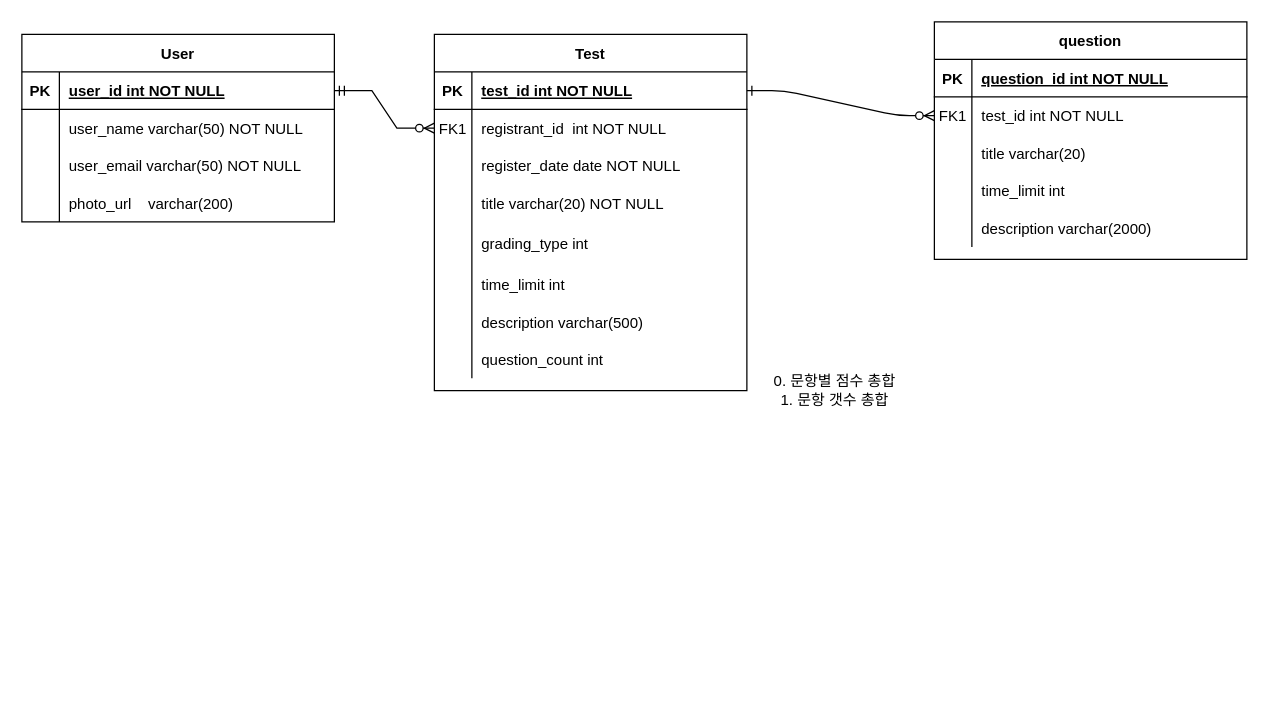
This is db_schema.drawio from leehojun0314/Testers, a draw.io file, before an edit. Source tidied: cells renumbered, new cells numbered last; positions are measured from the earlier drawing's top-left corner, leaving out a move shared by most shapes. Both pictures are drawn from the tidied source at 125%, with x=0, y=0 at pixel (21, 21).
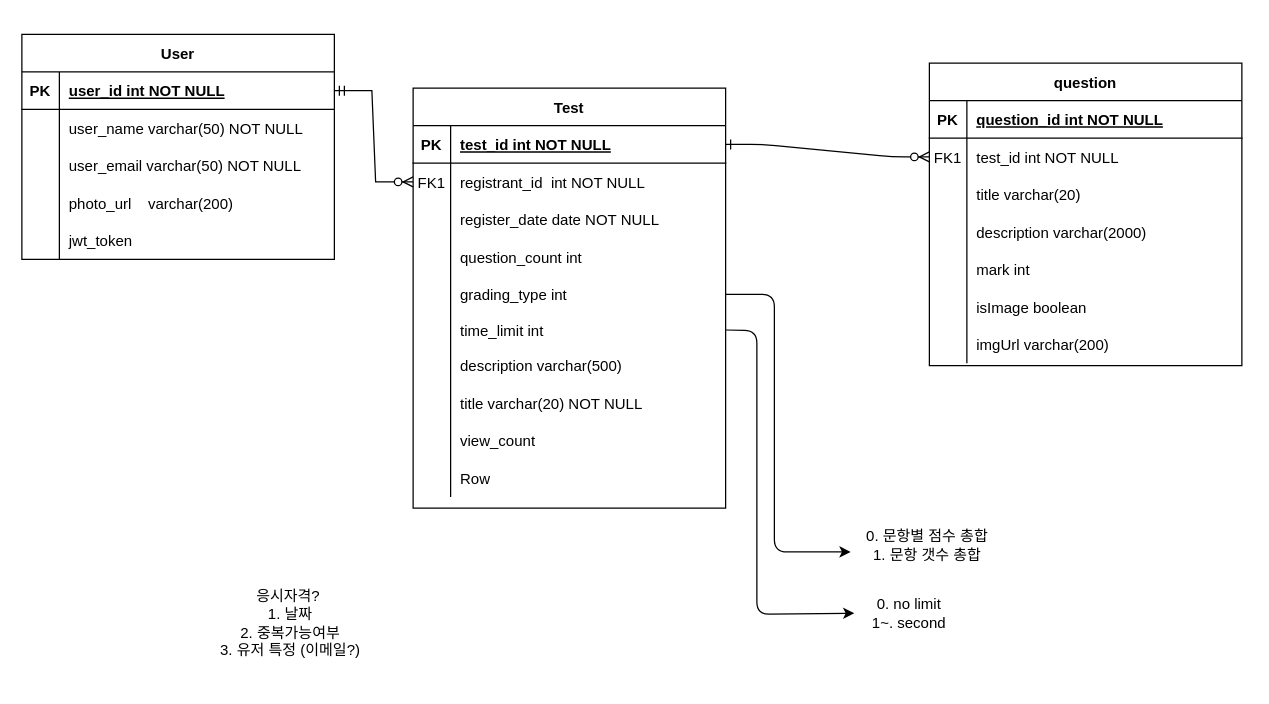
The same diagram, later.

Diff of the diagram source:
```diff
@@
     <mxCell id="3" value="Test" style="shape=table;startSize=30;childLayout=tableLayout;rowLines=0;fontStyle=1;align=center;" parent="1" vertex="1">
-      <mxGeometry x="330" y="10" width="250" height="285" as="geometry" />
+      <mxGeometry x="313" y="53" width="250" height="336" as="geometry" />
     </mxCell>
@@
-    <mxCell id="13" style="shape=partialRectangle;fillColor=none;top=0;left=0;bottom=0;right=0;" parent="3" vertex="1">
-      <mxGeometry y="120" width="250" height="30" as="geometry" />
-    </mxCell>
-    <mxCell id="14" style="shape=partialRectangle;fillColor=none;top=0;left=0;bottom=0;right=0;overflow=hidden;" parent="13" vertex="1">
-      <mxGeometry width="30" height="30" as="geometry" />
-    </mxCell>
-    <mxCell id="15" value="title varchar(20) NOT NULL" style="shape=partialRectangle;fillColor=none;top=0;left=0;bottom=0;right=0;align=left;spacingLeft=6;overflow=hidden;" parent="13" vertex="1">
-      <mxGeometry x="30" width="220" height="30" as="geometry" />
-    </mxCell>
-    <mxCell id="16" style="shape=tableRow;horizontal=0;startSize=0;swimlaneHead=0;swimlaneBody=0;fillColor=none;top=0;left=0;right=0;bottom=0;" parent="3" vertex="1">
-      <mxGeometry y="150" width="250" height="35" as="geometry" />
-    </mxCell>
-    <mxCell id="17" style="shape=partialRectangle;fillColor=none;top=0;left=0;bottom=0;right=0;overflow=hidden;" parent="16" vertex="1">
-      <mxGeometry width="30" height="35" as="geometry" />
-    </mxCell>
+    <mxCell id="59" style="shape=partialRectangle;fillColor=none;top=0;left=0;bottom=0;right=0;" parent="3" vertex="1">
+      <mxGeometry y="120" width="250" height="30" as="geometry" />
+    </mxCell>
+    <mxCell id="60" style="shape=partialRectangle;fillColor=none;top=0;left=0;bottom=0;right=0;overflow=hidden;" parent="59" vertex="1">
+      <mxGeometry width="30" height="30" as="geometry" />
+    </mxCell>
+    <mxCell id="27" value="question_count int" style="shape=partialRectangle;fillColor=none;top=0;left=0;bottom=0;right=0;align=left;spacingLeft=6;overflow=hidden;" parent="59" vertex="1">
+      <mxGeometry x="30" width="220" height="30" as="geometry" />
+    </mxCell>
+    <mxCell id="61" style="shape=partialRectangle;fillColor=none;top=0;left=0;bottom=0;right=0;points=[[0,0.5],[1,0.5]];portConstraint=eastwest;" parent="3" vertex="1">
+      <mxGeometry y="150" width="250" height="30" as="geometry" />
+    </mxCell>
+    <mxCell id="62" style="shape=partialRectangle;fillColor=none;top=0;left=0;bottom=0;right=0;overflow=hidden;" parent="61" vertex="1">
+      <mxGeometry width="30" height="30" as="geometry" />
+    </mxCell>
-    <mxCell id="18" value="grading_type int" style="shape=partialRectangle;fillColor=none;top=0;left=0;bottom=0;right=0;align=left;spacingLeft=6;overflow=hidden;" parent="16" vertex="1">
-      <mxGeometry x="30" width="220" height="35" as="geometry" />
+    <mxCell id="18" value="grading_type int" style="shape=partialRectangle;fillColor=none;top=0;left=0;bottom=0;right=0;align=left;spacingLeft=6;overflow=hidden;" parent="61" vertex="1">
+      <mxGeometry x="30" width="220" height="30" as="geometry" />
     </mxCell>
     <mxCell id="19" style="shape=partialRectangle;fillColor=none;top=0;left=0;bottom=0;right=0;points=[[0,0.5],[1,0.5]];portConstraint=eastwest;" parent="3" vertex="1">
-      <mxGeometry y="185" width="250" height="30" as="geometry" />
+      <mxGeometry y="180" width="250" height="27" as="geometry" />
     </mxCell>
     <mxCell id="20" style="shape=partialRectangle;fillColor=none;top=0;left=0;bottom=0;right=0;overflow=hidden;" parent="19" vertex="1">
-      <mxGeometry width="30" height="30" as="geometry" />
+      <mxGeometry width="30" height="27" as="geometry" />
     </mxCell>
     <mxCell id="21" value="time_limit int " style="shape=partialRectangle;fillColor=none;top=0;left=0;bottom=0;right=0;align=left;spacingLeft=6;overflow=hidden;" parent="19" vertex="1">
-      <mxGeometry x="30" width="220" height="30" as="geometry" />
+      <mxGeometry x="30" width="220" height="27" as="geometry" />
     </mxCell>
     <mxCell id="22" style="shape=partialRectangle;fillColor=none;top=0;left=0;bottom=0;right=0;" parent="3" vertex="1">
-      <mxGeometry y="215" width="250" height="30" as="geometry" />
+      <mxGeometry y="207" width="250" height="30" as="geometry" />
     </mxCell>
-    <mxCell id="23" style="shape=partialRectangle;fillColor=none;top=0;left=0;bottom=0;right=0;overflow=hidden;" parent="22" vertex="1">
+    <mxCell id="23" value="&#10;&#10;&#10;&#10;&#10;&#10;&#10;" style="shape=partialRectangle;fillColor=none;top=0;left=0;bottom=0;right=0;overflow=hidden;" parent="22" vertex="1">
       <mxGeometry width="30" height="30" as="geometry" />
     </mxCell>
@@
-    <mxCell id="25" style="shape=tableRow;horizontal=0;startSize=0;swimlaneHead=0;swimlaneBody=0;fillColor=none;top=0;left=0;right=0;bottom=0;" parent="3" vertex="1">
-      <mxGeometry y="245" width="250" height="30" as="geometry" />
-    </mxCell>
-    <mxCell id="26" style="shape=partialRectangle;fillColor=none;top=0;left=0;bottom=0;right=0;overflow=hidden;" parent="25" vertex="1">
-      <mxGeometry width="30" height="30" as="geometry" />
-    </mxCell>
-    <mxCell id="27" value="question_count int" style="shape=partialRectangle;fillColor=none;top=0;left=0;bottom=0;right=0;align=left;spacingLeft=6;overflow=hidden;" parent="25" vertex="1">
-      <mxGeometry x="30" width="220" height="30" as="geometry" />
-    </mxCell>
+    <mxCell id="13" style="shape=partialRectangle;fillColor=none;top=0;left=0;bottom=0;right=0;" parent="3" vertex="1">
+      <mxGeometry y="237" width="250" height="30" as="geometry" />
+    </mxCell>
+    <mxCell id="14" style="shape=partialRectangle;fillColor=none;top=0;left=0;bottom=0;right=0;overflow=hidden;" parent="13" vertex="1">
+      <mxGeometry width="30" height="30" as="geometry" />
+    </mxCell>
+    <mxCell id="15" value="title varchar(20) NOT NULL" style="shape=partialRectangle;fillColor=none;top=0;left=0;bottom=0;right=0;align=left;spacingLeft=6;overflow=hidden;" parent="13" vertex="1">
+      <mxGeometry x="30" width="220" height="30" as="geometry" />
+    </mxCell>
+    <mxCell id="63" style="shape=partialRectangle;fillColor=none;top=0;left=0;bottom=0;right=0;" parent="3" vertex="1">
+      <mxGeometry y="267" width="250" height="30" as="geometry" />
+    </mxCell>
+    <mxCell id="64" style="shape=partialRectangle;fillColor=none;top=0;left=0;bottom=0;right=0;overflow=hidden;" parent="63" vertex="1">
+      <mxGeometry width="30" height="30" as="geometry" />
+    </mxCell>
+    <mxCell id="65" value="view_count" style="shape=partialRectangle;fillColor=none;top=0;left=0;bottom=0;right=0;align=left;spacingLeft=6;overflow=hidden;" parent="63" vertex="1">
+      <mxGeometry x="30" width="220" height="30" as="geometry" />
+    </mxCell>
+    <mxCell id="66" style="shape=partialRectangle;fillColor=none;top=0;left=0;bottom=0;right=0;" parent="3" vertex="1">
+      <mxGeometry y="297" width="250" height="30" as="geometry" />
+    </mxCell>
+    <mxCell id="67" style="shape=partialRectangle;fillColor=none;top=0;left=0;bottom=0;right=0;overflow=hidden;" parent="66" vertex="1">
+      <mxGeometry width="30" height="30" as="geometry" />
+    </mxCell>
+    <mxCell id="68" value="Row" style="shape=partialRectangle;fillColor=none;top=0;left=0;bottom=0;right=0;align=left;spacingLeft=6;overflow=hidden;" parent="66" vertex="1">
+      <mxGeometry x="30" width="220" height="30" as="geometry" />
+    </mxCell>
     <mxCell id="28" value="question" style="shape=table;startSize=30;childLayout=tableLayout;rowLines=0;fontStyle=1;align=center;" parent="1" vertex="1">
-      <mxGeometry x="730" width="250" height="190" as="geometry" />
+      <mxGeometry x="726" y="33" width="250" height="242" as="geometry" />
     </mxCell>
@@
-    <mxCell id="38" style="shape=partialRectangle;fillColor=none;top=0;left=0;bottom=0;right=0;" parent="28" vertex="1">
-      <mxGeometry y="120" width="250" height="30" as="geometry" />
-    </mxCell>
-    <mxCell id="39" style="shape=partialRectangle;fillColor=none;top=0;left=0;bottom=0;right=0;overflow=hidden;" parent="38" vertex="1">
-      <mxGeometry width="30" height="30" as="geometry" />
-    </mxCell>
-    <mxCell id="40" value="time_limit int" style="shape=partialRectangle;fillColor=none;top=0;left=0;bottom=0;right=0;align=left;spacingLeft=6;overflow=hidden;" parent="38" vertex="1">
-      <mxGeometry x="30" width="220" height="30" as="geometry" />
-    </mxCell>
-    <mxCell id="41" style="shape=tableRow;horizontal=0;startSize=0;swimlaneHead=0;swimlaneBody=0;fillColor=none;top=0;left=0;right=0;bottom=0;" parent="28" vertex="1">
-      <mxGeometry y="150" width="250" height="30" as="geometry" />
-    </mxCell>
-    <mxCell id="42" style="shape=partialRectangle;fillColor=none;top=0;left=0;bottom=0;right=0;overflow=hidden;" parent="41" vertex="1">
-      <mxGeometry width="30" height="30" as="geometry" />
-    </mxCell>
+    <mxCell id="69" style="shape=partialRectangle;fillColor=none;top=0;left=0;bottom=0;right=0;" parent="28" vertex="1">
+      <mxGeometry y="120" width="250" height="30" as="geometry" />
+    </mxCell>
+    <mxCell id="70" style="shape=partialRectangle;fillColor=none;top=0;left=0;bottom=0;right=0;overflow=hidden;" parent="69" vertex="1">
+      <mxGeometry width="30" height="30" as="geometry" />
+    </mxCell>
-    <mxCell id="43" value="description varchar(2000)" style="shape=partialRectangle;fillColor=none;top=0;left=0;bottom=0;right=0;align=left;spacingLeft=6;overflow=hidden;" parent="41" vertex="1">
+    <mxCell id="43" value="description varchar(2000)" style="shape=partialRectangle;fillColor=none;top=0;left=0;bottom=0;right=0;align=left;spacingLeft=6;overflow=hidden;" parent="69" vertex="1">
       <mxGeometry x="30" width="220" height="30" as="geometry" />
     </mxCell>
+    <mxCell id="71" style="shape=partialRectangle;fillColor=none;top=0;left=0;bottom=0;right=0;" parent="28" vertex="1">
+      <mxGeometry y="150" width="250" height="30" as="geometry" />
+    </mxCell>
+    <mxCell id="72" style="shape=partialRectangle;fillColor=none;top=0;left=0;bottom=0;right=0;overflow=hidden;" parent="71" vertex="1">
+      <mxGeometry width="30" height="30" as="geometry" />
+    </mxCell>
+    <mxCell id="73" value="mark int" style="shape=partialRectangle;fillColor=none;top=0;left=0;bottom=0;right=0;align=left;spacingLeft=6;overflow=hidden;" parent="71" vertex="1">
+      <mxGeometry x="30" width="220" height="30" as="geometry" />
+    </mxCell>
+    <mxCell id="74" style="shape=partialRectangle;fillColor=none;top=0;left=0;bottom=0;right=0;" parent="28" vertex="1">
+      <mxGeometry y="180" width="250" height="30" as="geometry" />
+    </mxCell>
+    <mxCell id="75" style="shape=partialRectangle;fillColor=none;top=0;left=0;bottom=0;right=0;overflow=hidden;" parent="74" vertex="1">
+      <mxGeometry width="30" height="30" as="geometry" />
+    </mxCell>
+    <mxCell id="76" value="isImage boolean" style="shape=partialRectangle;fillColor=none;top=0;left=0;bottom=0;right=0;align=left;spacingLeft=6;overflow=hidden;" parent="74" vertex="1">
+      <mxGeometry x="30" width="220" height="30" as="geometry" />
+    </mxCell>
+    <mxCell id="77" style="shape=partialRectangle;fillColor=none;top=0;left=0;bottom=0;right=0;" parent="28" vertex="1">
+      <mxGeometry y="210" width="250" height="30" as="geometry" />
+    </mxCell>
+    <mxCell id="78" style="shape=partialRectangle;fillColor=none;top=0;left=0;bottom=0;right=0;overflow=hidden;" parent="77" vertex="1">
+      <mxGeometry width="30" height="30" as="geometry" />
+    </mxCell>
+    <mxCell id="79" value="imgUrl varchar(200)" style="shape=partialRectangle;fillColor=none;top=0;left=0;bottom=0;right=0;align=left;spacingLeft=6;overflow=hidden;" parent="77" vertex="1">
+      <mxGeometry x="30" width="220" height="30" as="geometry" />
+    </mxCell>
     <mxCell id="44" value="User" style="shape=table;startSize=30;childLayout=tableLayout;rowLines=0;fontStyle=1;align=center;" parent="1" vertex="1">
-      <mxGeometry y="10" width="250" height="150" as="geometry" />
+      <mxGeometry y="10" width="250" height="180" as="geometry" />
     </mxCell>
@@
+    <mxCell id="80" style="shape=partialRectangle;fillColor=none;top=0;left=0;bottom=0;right=0;" parent="44" vertex="1">
+      <mxGeometry y="150" width="250" height="30" as="geometry" />
+    </mxCell>
+    <mxCell id="81" style="shape=partialRectangle;fillColor=none;top=0;left=0;bottom=0;right=0;overflow=hidden;" parent="80" vertex="1">
+      <mxGeometry width="30" height="30" as="geometry" />
+    </mxCell>
+    <mxCell id="82" value="jwt_token" style="shape=partialRectangle;fillColor=none;top=0;left=0;bottom=0;right=0;align=left;spacingLeft=6;overflow=hidden;" parent="80" vertex="1">
+      <mxGeometry x="30" width="220" height="30" as="geometry" />
+    </mxCell>
@@
     <mxCell id="58" value="0. 문항별 점수 총합&lt;br&gt;1. 문항 갯수 총합" style="text;html=1;align=center;verticalAlign=middle;points=[];strokeColor=none;fillColor=none;" parent="1" vertex="1">
-      <mxGeometry x="590" y="280" width="120" height="30" as="geometry" />
+      <mxGeometry x="664" y="404" width="120" height="30" as="geometry" />
     </mxCell>
+    <mxCell id="83" value="0. no limit&lt;br&gt;1~. second" style="text;html=1;strokeColor=none;fillColor=none;align=center;verticalAlign=middle;whiteSpace=wrap;rounded=0;" parent="1" vertex="1">
+      <mxGeometry x="666" y="443" width="88" height="59" as="geometry" />
+    </mxCell>
+    <mxCell id="84" style="edgeStyle=none;html=1;exitX=1;exitY=0.5;exitDx=0;exitDy=0;entryX=-0.008;entryY=0.667;entryDx=0;entryDy=0;entryPerimeter=0;" parent="1" edge="1" source="61" target="58">
+      <mxGeometry relative="1" as="geometry">
+        <Array as="points">
+          <mxPoint x="602" y="218" />
+          <mxPoint x="602" y="424" />
+        </Array>
+      </mxGeometry>
+    </mxCell>
+    <mxCell id="85" style="edgeStyle=none;html=1;exitX=1;exitY=0.5;exitDx=0;exitDy=0;" parent="1" edge="1" source="19" target="83">
+      <mxGeometry relative="1" as="geometry">
+        <Array as="points">
+          <mxPoint x="588" y="247" />
+          <mxPoint x="588" y="474" />
+        </Array>
+      </mxGeometry>
+    </mxCell>
+    <mxCell id="86" value="응시자격?&amp;nbsp;&lt;br&gt;1. 날짜&lt;br&gt;2. 중복가능여부&lt;br&gt;3. 유저 특정 (이메일?)&lt;br&gt;" style="text;html=1;strokeColor=none;fillColor=none;align=center;verticalAlign=middle;whiteSpace=wrap;rounded=0;" parent="1" vertex="1">
+      <mxGeometry x="121" y="434" width="188" height="94" as="geometry" />
+    </mxCell>
```
